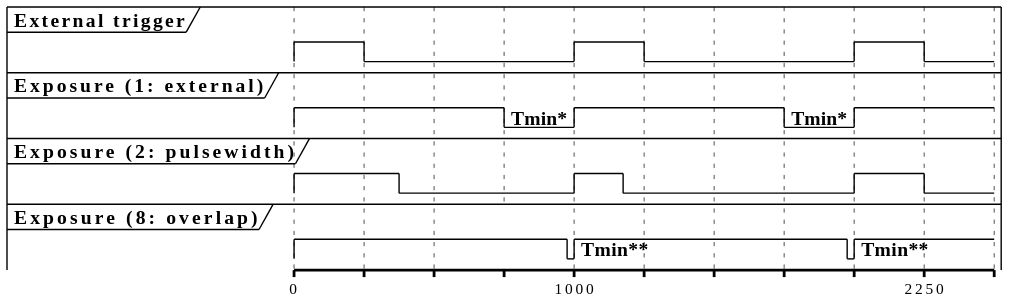
Above: doc/plantuml/tm_external.svg in VC-MIPI-modules/vc_mipi_nvidia (PlantUML), before the change.
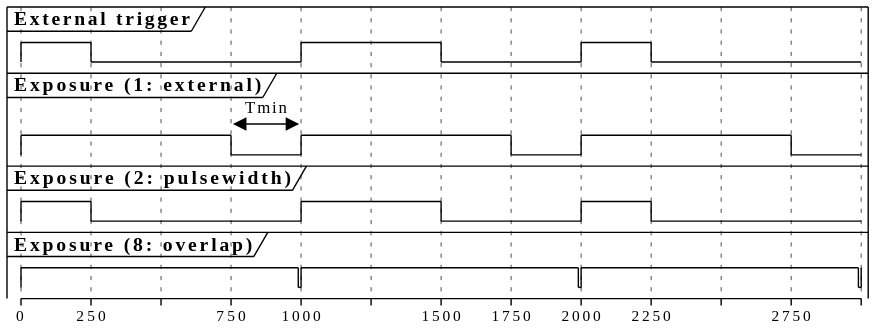
The same diagram one commit later.

The edit, as a diff of the source:
```diff
@@ -1,11 +1,32 @@
 @startuml
 !theme plain
-clock "External trigger"         as TRIG with period 1000 pulse 250
-clock "Exposure (1: external)"   as EXT  with period 1000 pulse 750
-clock "Exposure (2: pulsewidth)" as PULS with period 1000 pulse 250
-clock "Exposure (8: overlap)"    as OVL  with period 1000 pulse 750
+binary "External trigger"         as TRIG
+binary  "Exposure (1: external)"  as EXT
+binary "Exposure (2: pulsewidth)" as PULS
+clock  "Exposure (8: overlap)"    as OVL  with period 1000 pulse 990
 
-@0
-@2250
+@TRIG
+0 is high
+250 is low
+1000 is high
+1500 is low
+2000 is high
+2250 is low
 
+@EXT
+0 is high
+750 is low
+1000 is high
+1750 is low
+2000 is high
+2750 is low
+EXT@750 <-> @1000 : Tmin
+
+@PULS
+0 is high
+250 is low
+1000 is high
+1500 is low
+2000 is high
+2250 is low
 @enduml
```
